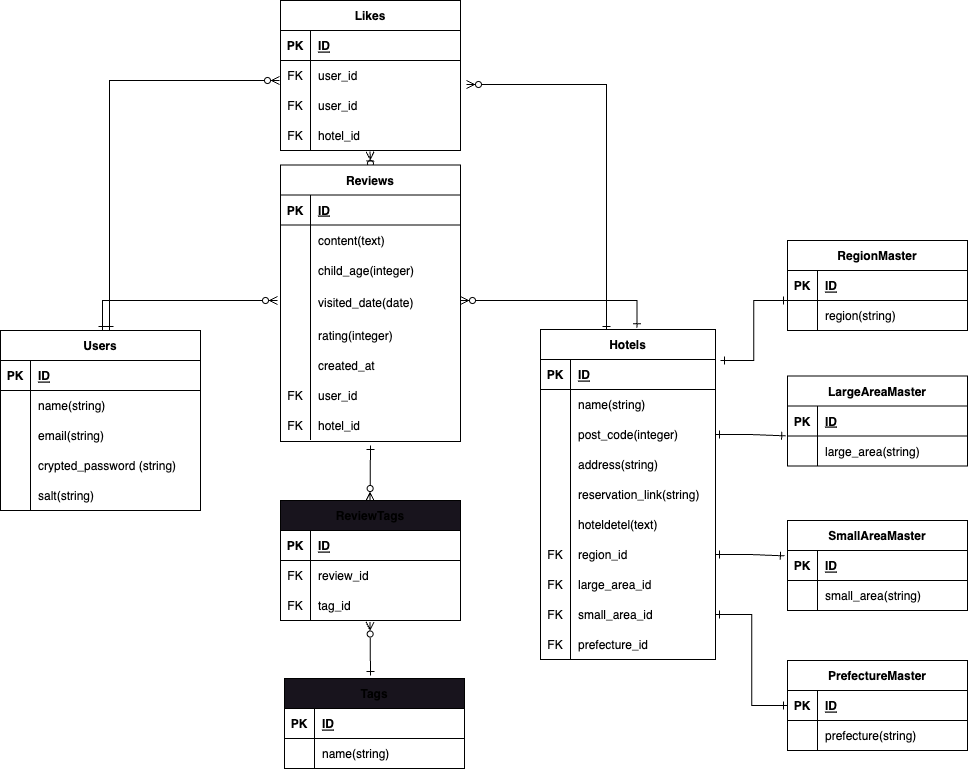
ogawasayaka/child-friendly_hotel keeps this draw.io diagram as ER.drawio.png. Above is the earlier version. Source tidied: cells renumbered, new cells last; positions are measured from the earlier drawing's top-left corner, leaving out a move shared by most shapes.
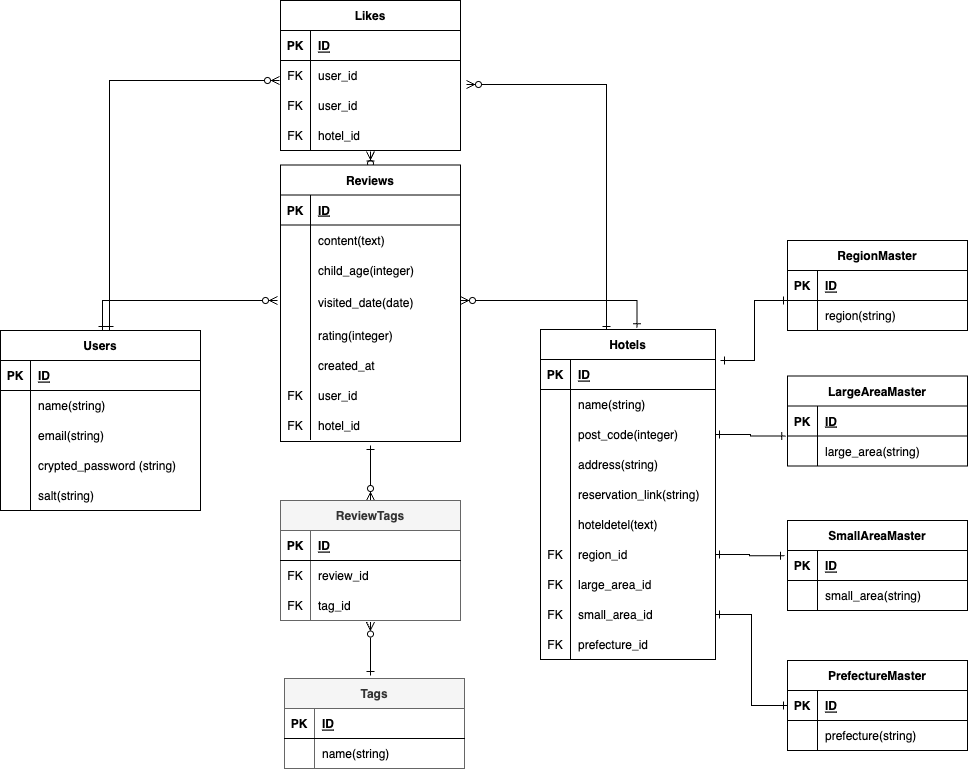
Later version of the same file.

What changed in the source:
```diff
@@ -412,7 +412,7 @@
     <mxCell id="125" style="edgeStyle=elbowEdgeStyle;rounded=0;html=1;exitX=1;exitY=0.5;exitDx=0;exitDy=0;entryX=0;entryY=0.5;entryDx=0;entryDy=0;startArrow=ERone;startFill=0;endArrow=ERone;endFill=0;" parent="1" edge="1" source="46" target="114">
       <mxGeometry relative="1" as="geometry" />
     </mxCell>
-    <mxCell id="126" value="ReviewTags" style="shape=table;startSize=30;rowLines=0;fontStyle=1;align=center;fillColor=#18141D;" parent="1" vertex="1">
+    <mxCell id="126" value="ReviewTags" style="shape=table;startSize=30;rowLines=0;fontStyle=1;align=center;fillColor=#f5f5f5;fontColor=#333333;strokeColor=#666666;" parent="1" vertex="1">
       <mxGeometry x="280" y="500" width="180" height="120" as="geometry" />
     </mxCell>
     <mxCell id="127" style="shape=tableRow;horizontal=0;startSize=0;swimlaneHead=0;swimlaneBody=0;fillColor=none;top=0;left=0;right=0;bottom=1;" parent="126" vertex="1">
@@ -442,7 +442,7 @@
     <mxCell id="135" value="tag_id" style="shape=partialRectangle;fillColor=none;top=0;left=0;bottom=0;right=0;align=left;spacingLeft=6;overflow=hidden;" parent="133" vertex="1">
       <mxGeometry x="30" width="150" height="30" as="geometry" />
     </mxCell>
-    <mxCell id="136" value="Tags" style="shape=table;startSize=30;rowLines=0;fontStyle=1;align=center;fillColor=#18141D;" parent="1" vertex="1">
+    <mxCell id="136" value="Tags" style="shape=table;startSize=30;rowLines=0;fontStyle=1;align=center;fillColor=#f5f5f5;fontColor=#333333;strokeColor=#666666;" parent="1" vertex="1">
       <mxGeometry x="284" y="678" width="180" height="90" as="geometry" />
     </mxCell>
     <mxCell id="137" style="shape=tableRow;horizontal=0;startSize=0;swimlaneHead=0;swimlaneBody=0;fillColor=none;top=0;left=0;right=0;bottom=1;" parent="136" vertex="1">
```
